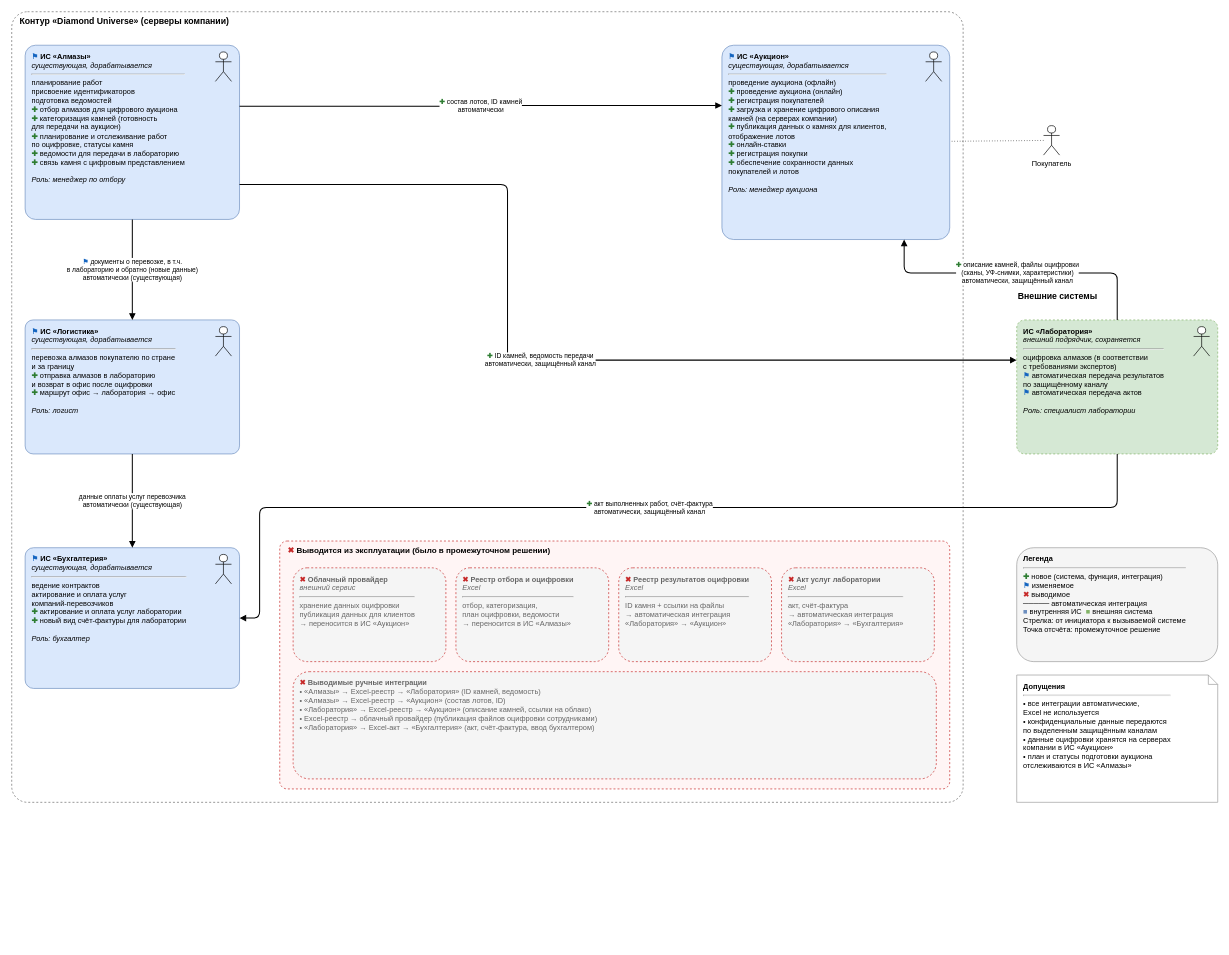
The draw.io diagram Task4/целевое-решение.drawio in AlexErmakov97/Solution-DiamondUniverse, before the edit. Source tidied: cells renumbered, new cells numbered last; positions are measured from the earlier drawing's top-left corner, leaving out a move shared by most shapes. Both pictures are drawn from the tidied source at 67%, with x=0, y=0 at pixel (11, 11).
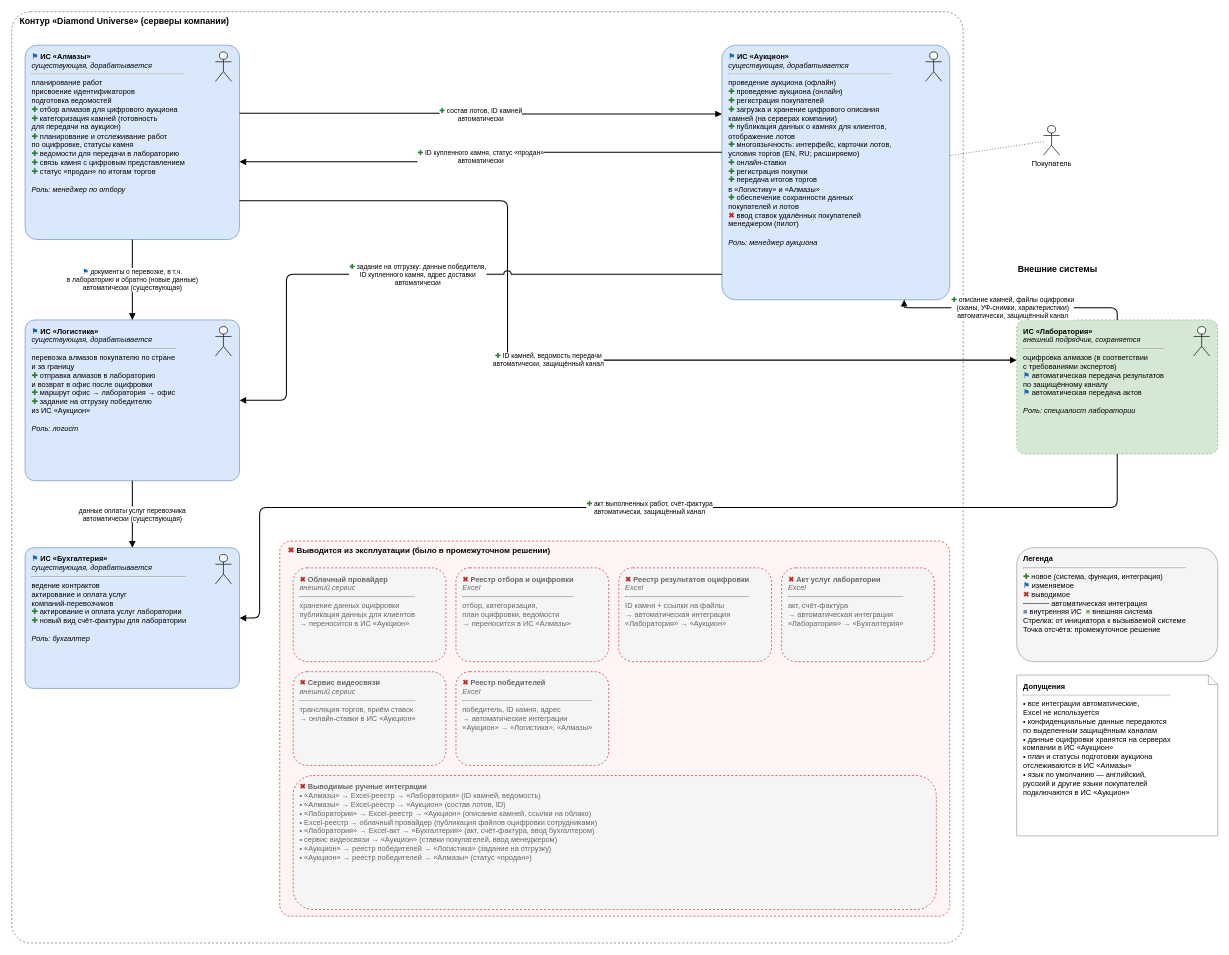
After the change.

The change refers to these unchanged cells:
```xml
<mxCell id="8" value="&lt;b&gt;ИС «Лаборатория»&lt;/b&gt;&lt;br&gt;&lt;i&gt;внешний подрядчик, сохраняется&lt;/i&gt;&lt;hr&gt;оцифровка алмазов (в соответствии&lt;br&gt;с требованиями экспертов)&lt;br&gt;&lt;font color=&quot;#1565C0&quot;&gt;&lt;b&gt;⚑&lt;/b&gt;&lt;/font&gt; автоматическая передача результатов&lt;br&gt;по защищённому каналу&lt;br&gt;&lt;font color=&quot;#1565C0&quot;&gt;&lt;b&gt;⚑&lt;/b&gt;&lt;/font&gt; автоматическая передача актов&lt;br&gt;&lt;br&gt;&lt;i&gt;Роль: специалист лаборатории&lt;/i&gt;" style="rounded=1;whiteSpace=wrap;html=1;align=left;verticalAlign=top;spacingLeft=8;spacingTop=4;spacingRight=44;fontSize=11;arcSize=6;fillColor=#d5e8d4;strokeColor=#82b366;dashed=1;" parent="1" vertex="1">
  <mxGeometry x="1500" y="460" width="300" height="200" as="geometry" />
</mxCell>
```

Change to the diagram source:
```diff
@@
     <mxCell id="2" value="&lt;b&gt;Контур «Diamond Universe» (серверы компании)&lt;/b&gt;" style="rounded=1;whiteSpace=wrap;html=1;dashed=1;fillColor=none;strokeColor=#666666;verticalAlign=top;align=left;spacingLeft=10;fontSize=13;arcSize=2;" parent="1" vertex="1">
-      <mxGeometry width="1420" height="1180" as="geometry" />
+      <mxGeometry width="1420" height="1390" as="geometry" />
     </mxCell>
     <mxCell id="3" value="&lt;b&gt;Внешние системы&lt;/b&gt;" style="text;html=1;fontSize=13;align=left;" parent="1" vertex="1">
-      <mxGeometry x="1500" y="410" width="300" height="30" as="geometry" />
+      <mxGeometry x="1500" y="370" width="300" height="30" as="geometry" />
     </mxCell>
-    <mxCell id="4" value="&lt;b&gt;&lt;font color=&quot;#1565C0&quot;&gt;&lt;b&gt;⚑&lt;/b&gt;&lt;/font&gt; ИС «Алмазы»&lt;/b&gt;&lt;br&gt;&lt;i&gt;существующая, дорабатывается&lt;/i&gt;&lt;hr&gt;планирование работ&lt;br&gt;присвоение идентификаторов&lt;br&gt;подготовка ведомостей&lt;br&gt;&lt;font color=&quot;#2E7D32&quot;&gt;&lt;b&gt;✚&lt;/b&gt;&lt;/font&gt; отбор алмазов для цифрового аукциона&lt;br&gt;&lt;font color=&quot;#2E7D32&quot;&gt;&lt;b&gt;✚&lt;/b&gt;&lt;/font&gt; категоризация камней (готовность&lt;br&gt;для передачи на аукцион)&lt;br&gt;&lt;font color=&quot;#2E7D32&quot;&gt;&lt;b&gt;✚&lt;/b&gt;&lt;/font&gt; планирование и отслеживание работ&lt;br&gt;по оцифровке, статусы камня&lt;br&gt;&lt;font color=&quot;#2E7D32&quot;&gt;&lt;b&gt;✚&lt;/b&gt;&lt;/font&gt; ведомости для передачи в лабораторию&lt;br&gt;&lt;font color=&quot;#2E7D32&quot;&gt;&lt;b&gt;✚&lt;/b&gt;&lt;/font&gt; связь камня с цифровым представлением&lt;br&gt;&lt;br&gt;&lt;i&gt;Роль: менеджер по отбору&lt;/i&gt;" style="rounded=1;whiteSpace=wrap;html=1;align=left;verticalAlign=top;spacingLeft=8;spacingTop=4;spacingRight=44;fontSize=11;arcSize=6;fillColor=#dae8fc;strokeColor=#6c8ebf;" parent="1" vertex="1">
-      <mxGeometry x="20" y="50" width="320" height="260" as="geometry" />
+    <mxCell id="4" value="&lt;b&gt;&lt;font color=&quot;#1565C0&quot;&gt;&lt;b&gt;⚑&lt;/b&gt;&lt;/font&gt; ИС «Алмазы»&lt;/b&gt;&lt;br&gt;&lt;i&gt;существующая, дорабатывается&lt;/i&gt;&lt;hr&gt;планирование работ&lt;br&gt;присвоение идентификаторов&lt;br&gt;подготовка ведомостей&lt;br&gt;&lt;font color=&quot;#2E7D32&quot;&gt;&lt;b&gt;✚&lt;/b&gt;&lt;/font&gt; отбор алмазов для цифрового аукциона&lt;br&gt;&lt;font color=&quot;#2E7D32&quot;&gt;&lt;b&gt;✚&lt;/b&gt;&lt;/font&gt; категоризация камней (готовность&lt;br&gt;для передачи на аукцион)&lt;br&gt;&lt;font color=&quot;#2E7D32&quot;&gt;&lt;b&gt;✚&lt;/b&gt;&lt;/font&gt; планирование и отслеживание работ&lt;br&gt;по оцифровке, статусы камня&lt;br&gt;&lt;font color=&quot;#2E7D32&quot;&gt;&lt;b&gt;✚&lt;/b&gt;&lt;/font&gt; ведомости для передачи в лабораторию&lt;br&gt;&lt;font color=&quot;#2E7D32&quot;&gt;&lt;b&gt;✚&lt;/b&gt;&lt;/font&gt; связь камня с цифровым представлением&lt;br&gt;&lt;font color=&quot;#2E7D32&quot;&gt;&lt;b&gt;✚&lt;/b&gt;&lt;/font&gt; статус «продан» по итогам торгов&lt;br&gt;&lt;br&gt;&lt;i&gt;Роль: менеджер по отбору&lt;/i&gt;" style="rounded=1;whiteSpace=wrap;html=1;align=left;verticalAlign=top;spacingLeft=8;spacingTop=4;spacingRight=44;fontSize=11;arcSize=6;fillColor=#dae8fc;strokeColor=#6c8ebf;" parent="1" vertex="1">
+      <mxGeometry x="20" y="50" width="320" height="290" as="geometry" />
     </mxCell>
-    <mxCell id="5" value="&lt;b&gt;&lt;font color=&quot;#1565C0&quot;&gt;&lt;b&gt;⚑&lt;/b&gt;&lt;/font&gt; ИС «Аукцион»&lt;/b&gt;&lt;br&gt;&lt;i&gt;существующая, дорабатывается&lt;/i&gt;&lt;hr&gt;проведение аукциона (офлайн)&lt;br&gt;&lt;font color=&quot;#2E7D32&quot;&gt;&lt;b&gt;✚&lt;/b&gt;&lt;/font&gt; проведение аукциона (онлайн)&lt;br&gt;&lt;font color=&quot;#2E7D32&quot;&gt;&lt;b&gt;✚&lt;/b&gt;&lt;/font&gt; регистрация покупателей&lt;br&gt;&lt;font color=&quot;#2E7D32&quot;&gt;&lt;b&gt;✚&lt;/b&gt;&lt;/font&gt; загрузка и хранение цифрового описания&lt;br&gt;камней (на серверах компании)&lt;br&gt;&lt;font color=&quot;#2E7D32&quot;&gt;&lt;b&gt;✚&lt;/b&gt;&lt;/font&gt; публикация данных о камнях для клиентов,&lt;br&gt;отображение лотов&lt;br&gt;&lt;font color=&quot;#2E7D32&quot;&gt;&lt;b&gt;✚&lt;/b&gt;&lt;/font&gt; онлайн-ставки&lt;br&gt;&lt;font color=&quot;#2E7D32&quot;&gt;&lt;b&gt;✚&lt;/b&gt;&lt;/font&gt; регистрация покупки&lt;br&gt;&lt;font color=&quot;#2E7D32&quot;&gt;&lt;b&gt;✚&lt;/b&gt;&lt;/font&gt; обеспечение сохранности данных&lt;br&gt;покупателей и лотов&lt;br&gt;&lt;br&gt;&lt;i&gt;Роль: менеджер аукциона&lt;/i&gt;" style="rounded=1;whiteSpace=wrap;html=1;align=left;verticalAlign=top;spacingLeft=8;spacingTop=4;spacingRight=44;fontSize=11;arcSize=6;fillColor=#dae8fc;strokeColor=#6c8ebf;" parent="1" vertex="1">
-      <mxGeometry x="1060" y="50" width="340" height="290" as="geometry" />
+    <mxCell id="5" value="&lt;b&gt;&lt;font color=&quot;#1565C0&quot;&gt;&lt;b&gt;⚑&lt;/b&gt;&lt;/font&gt; ИС «Аукцион»&lt;/b&gt;&lt;br&gt;&lt;i&gt;существующая, дорабатывается&lt;/i&gt;&lt;hr&gt;проведение аукциона (офлайн)&lt;br&gt;&lt;font color=&quot;#2E7D32&quot;&gt;&lt;b&gt;✚&lt;/b&gt;&lt;/font&gt; проведение аукциона (онлайн)&lt;br&gt;&lt;font color=&quot;#2E7D32&quot;&gt;&lt;b&gt;✚&lt;/b&gt;&lt;/font&gt; регистрация покупателей&lt;br&gt;&lt;font color=&quot;#2E7D32&quot;&gt;&lt;b&gt;✚&lt;/b&gt;&lt;/font&gt; загрузка и хранение цифрового описания&lt;br&gt;камней (на серверах компании)&lt;br&gt;&lt;font color=&quot;#2E7D32&quot;&gt;&lt;b&gt;✚&lt;/b&gt;&lt;/font&gt; публикация данных о камнях для клиентов,&lt;br&gt;отображение лотов&lt;br&gt;&lt;font color=&quot;#2E7D32&quot;&gt;&lt;b&gt;✚&lt;/b&gt;&lt;/font&gt; многоязычность: интерфейс, карточки лотов,&lt;br&gt;условия торгов (EN, RU; расширяемо)&lt;br&gt;&lt;font color=&quot;#2E7D32&quot;&gt;&lt;b&gt;✚&lt;/b&gt;&lt;/font&gt; онлайн-ставки&lt;br&gt;&lt;font color=&quot;#2E7D32&quot;&gt;&lt;b&gt;✚&lt;/b&gt;&lt;/font&gt; регистрация покупки&lt;br&gt;&lt;font color=&quot;#2E7D32&quot;&gt;&lt;b&gt;✚&lt;/b&gt;&lt;/font&gt; передача итогов торгов&lt;br&gt;в «Логистику» и «Алмазы»&lt;br&gt;&lt;font color=&quot;#2E7D32&quot;&gt;&lt;b&gt;✚&lt;/b&gt;&lt;/font&gt; обеспечение сохранности данных&lt;br&gt;покупателей и лотов&lt;br&gt;&lt;font color=&quot;#C62828&quot;&gt;&lt;b&gt;✖&lt;/b&gt;&lt;/font&gt; ввод ставок удалённых покупателей&lt;br&gt;менеджером (пилот)&lt;br&gt;&lt;br&gt;&lt;i&gt;Роль: менеджер аукциона&lt;/i&gt;" style="rounded=1;whiteSpace=wrap;html=1;align=left;verticalAlign=top;spacingLeft=8;spacingTop=4;spacingRight=44;fontSize=11;arcSize=6;fillColor=#dae8fc;strokeColor=#6c8ebf;" parent="1" vertex="1">
+      <mxGeometry x="1060" y="50" width="340" height="380" as="geometry" />
     </mxCell>
-    <mxCell id="6" value="&lt;b&gt;&lt;font color=&quot;#1565C0&quot;&gt;&lt;b&gt;⚑&lt;/b&gt;&lt;/font&gt; ИС «Логистика»&lt;/b&gt;&lt;br&gt;&lt;i&gt;существующая, дорабатывается&lt;/i&gt;&lt;hr&gt;перевозка алмазов покупателю по стране&lt;br&gt;и за границу&lt;br&gt;&lt;font color=&quot;#2E7D32&quot;&gt;&lt;b&gt;✚&lt;/b&gt;&lt;/font&gt; отправка алмазов в лабораторию&lt;br&gt;и возврат в офис после оцифровки&lt;br&gt;&lt;font color=&quot;#2E7D32&quot;&gt;&lt;b&gt;✚&lt;/b&gt;&lt;/font&gt; маршрут офис → лаборатория → офис&lt;br&gt;&lt;br&gt;&lt;i&gt;Роль: логист&lt;/i&gt;" style="rounded=1;whiteSpace=wrap;html=1;align=left;verticalAlign=top;spacingLeft=8;spacingTop=4;spacingRight=44;fontSize=11;arcSize=6;fillColor=#dae8fc;strokeColor=#6c8ebf;" parent="1" vertex="1">
-      <mxGeometry x="20" y="460" width="320" height="200" as="geometry" />
+    <mxCell id="6" value="&lt;b&gt;&lt;font color=&quot;#1565C0&quot;&gt;&lt;b&gt;⚑&lt;/b&gt;&lt;/font&gt; ИС «Логистика»&lt;/b&gt;&lt;br&gt;&lt;i&gt;существующая, дорабатывается&lt;/i&gt;&lt;hr&gt;перевозка алмазов покупателю по стране&lt;br&gt;и за границу&lt;br&gt;&lt;font color=&quot;#2E7D32&quot;&gt;&lt;b&gt;✚&lt;/b&gt;&lt;/font&gt; отправка алмазов в лабораторию&lt;br&gt;и возврат в офис после оцифровки&lt;br&gt;&lt;font color=&quot;#2E7D32&quot;&gt;&lt;b&gt;✚&lt;/b&gt;&lt;/font&gt; маршрут офис → лаборатория → офис&lt;br&gt;&lt;font color=&quot;#2E7D32&quot;&gt;&lt;b&gt;✚&lt;/b&gt;&lt;/font&gt; задание на отгрузку победителю&lt;br&gt;из ИС «Аукцион»&lt;br&gt;&lt;br&gt;&lt;i&gt;Роль: логист&lt;/i&gt;" style="rounded=1;whiteSpace=wrap;html=1;align=left;verticalAlign=top;spacingLeft=8;spacingTop=4;spacingRight=44;fontSize=11;arcSize=6;fillColor=#dae8fc;strokeColor=#6c8ebf;" parent="1" vertex="1">
+      <mxGeometry x="20" y="460" width="320" height="240" as="geometry" />
     </mxCell>
@@
     <mxCell id="16" value="&lt;b&gt;&lt;font color=&quot;#C62828&quot;&gt;&lt;b&gt;✖&lt;/b&gt;&lt;/font&gt; Выводится из эксплуатации (было в промежуточном решении)&lt;/b&gt;" style="rounded=1;whiteSpace=wrap;html=1;dashed=1;fillColor=#fff5f5;strokeColor=#C62828;verticalAlign=top;align=left;spacingLeft=10;fontSize=12;arcSize=3;" parent="1" vertex="1">
-      <mxGeometry x="400" y="790" width="1000" height="370" as="geometry" />
+      <mxGeometry x="400" y="790" width="1000" height="560" as="geometry" />
     </mxCell>
@@
-    <mxCell id="21" value="&lt;b&gt;&lt;font color=&quot;#C62828&quot;&gt;&lt;b&gt;✖&lt;/b&gt;&lt;/font&gt; Выводимые ручные интеграции&lt;/b&gt;&lt;br&gt;• «Алмазы» → Excel-реестр → «Лаборатория» (ID камней, ведомость)&lt;br&gt;• «Алмазы» → Excel-реестр → «Аукцион» (состав лотов, ID)&lt;br&gt;• «Лаборатория» → Excel-реестр → «Аукцион» (описание камней, ссылки на облако)&lt;br&gt;• Excel-реестр → облачный провайдер (публикация файлов оцифровки сотрудниками)&lt;br&gt;• «Лаборатория» → Excel-акт → «Бухгалтерия» (акт, счёт-фактура, ввод бухгалтером)" style="rounded=1;whiteSpace=wrap;html=1;align=left;verticalAlign=top;spacingLeft=8;spacingTop=4;fontSize=11;fillColor=#f5f5f5;strokeColor=#C62828;dashed=1;fontColor=#666666;" parent="1" vertex="1">
-      <mxGeometry x="420" y="985" width="960" height="160" as="geometry" />
+    <mxCell id="21" value="&lt;b&gt;&lt;font color=&quot;#C62828&quot;&gt;&lt;b&gt;✖&lt;/b&gt;&lt;/font&gt; Выводимые ручные интеграции&lt;/b&gt;&lt;br&gt;• «Алмазы» → Excel-реестр → «Лаборатория» (ID камней, ведомость)&lt;br&gt;• «Алмазы» → Excel-реестр → «Аукцион» (состав лотов, ID)&lt;br&gt;• «Лаборатория» → Excel-реестр → «Аукцион» (описание камней, ссылки на облако)&lt;br&gt;• Excel-реестр → облачный провайдер (публикация файлов оцифровки сотрудниками)&lt;br&gt;• «Лаборатория» → Excel-акт → «Бухгалтерия» (акт, счёт-фактура, ввод бухгалтером)&lt;br&gt;• сервис видеосвязи → «Аукцион» (ставки покупателей, ввод менеджером)&lt;br&gt;• «Аукцион» → реестр победителей → «Логистика» (задание на отгрузку)&lt;br&gt;• «Аукцион» → реестр победителей → «Алмазы» (статус «продан»)" style="rounded=1;whiteSpace=wrap;html=1;align=left;verticalAlign=top;spacingLeft=8;spacingTop=4;fontSize=11;fillColor=#f5f5f5;strokeColor=#C62828;dashed=1;fontColor=#666666;" parent="1" vertex="1">
+      <mxGeometry x="420" y="1140" width="960" height="200" as="geometry" />
     </mxCell>
-    <mxCell id="22" value="&lt;font color=&quot;#2E7D32&quot;&gt;&lt;b&gt;✚&lt;/b&gt;&lt;/font&gt; состав лотов, ID камней&lt;br&gt;автоматически" style="edgeStyle=orthogonalEdgeStyle;rounded=1;html=1;endArrow=block;endFill=1;strokeWidth=1.5;fontSize=10;labelBackgroundColor=#ffffff;jumpStyle=arc;jumpSize=10;exitX=1;exitY=0.35;exitDx=0;exitDy=0;entryX=0;entryY=0.31;entryDx=0;entryDy=0;" parent="1" edge="1" source="4" target="5">
+    <mxCell id="22" value="&lt;font color=&quot;#2E7D32&quot;&gt;&lt;b&gt;✚&lt;/b&gt;&lt;/font&gt; состав лотов, ID камней&lt;br&gt;автоматически" style="edgeStyle=orthogonalEdgeStyle;rounded=1;html=1;endArrow=block;endFill=1;strokeWidth=1.5;fontSize=10;labelBackgroundColor=#ffffff;jumpStyle=arc;jumpSize=10;exitX=1;exitY=0.35;exitDx=0;exitDy=0;entryX=0;entryY=0.27;entryDx=0;entryDy=0;" parent="1" edge="1" source="4" target="5">
       <mxGeometry relative="1" as="geometry" />
     </mxCell>
     <mxCell id="23" value="&lt;font color=&quot;#2E7D32&quot;&gt;&lt;b&gt;✚&lt;/b&gt;&lt;/font&gt; ID камней, ведомость передачи&lt;br&gt;автоматически, защищённый канал" style="edgeStyle=orthogonalEdgeStyle;rounded=1;html=1;endArrow=block;endFill=1;strokeWidth=1.5;fontSize=10;labelBackgroundColor=#ffffff;jumpStyle=arc;jumpSize=10;exitX=1;exitY=0.8;exitDx=0;exitDy=0;entryX=0;entryY=0.3;entryDx=0;entryDy=0;" parent="1" edge="1" source="4" target="8">
       <mxGeometry relative="1" as="geometry">
         <Array as="points">
-          <mxPoint x="740" y="258" />
+          <mxPoint x="740" y="282" />
           <mxPoint x="740" y="520" />
         </Array>
       </mxGeometry>
     </mxCell>
     <mxCell id="24" value="&lt;font color=&quot;#2E7D32&quot;&gt;&lt;b&gt;✚&lt;/b&gt;&lt;/font&gt; описание камней, файлы оцифровки&lt;br&gt;(сканы, УФ-снимки, характеристики)&lt;br&gt;автоматически, защищённый канал" style="edgeStyle=orthogonalEdgeStyle;rounded=1;html=1;endArrow=block;endFill=1;strokeWidth=1.5;fontSize=10;labelBackgroundColor=#ffffff;jumpStyle=arc;jumpSize=10;exitX=0.5;exitY=0;exitDx=0;exitDy=0;entryX=0.8;entryY=1;entryDx=0;entryDy=0;" parent="1" edge="1" source="8" target="5">
       <mxGeometry relative="1" as="geometry">
         <Array as="points">
-          <mxPoint x="1650" y="390" />
-          <mxPoint x="1332" y="390" />
+          <mxPoint x="1650" y="442" />
+          <mxPoint x="1332" y="442" />
         </Array>
       </mxGeometry>
     </mxCell>
@@
-    <mxCell id="29" value="&lt;b&gt;Допущения&lt;/b&gt;&lt;hr&gt;• все интеграции автоматические,&lt;br&gt;Excel не используется&lt;br&gt;• конфиденциальные данные передаются&lt;br&gt;по выделенным защищённым каналам&lt;br&gt;• данные оцифровки хранятся на серверах&lt;br&gt;компании в ИС «Аукцион»&lt;br&gt;• план и статусы подготовки аукциона&lt;br&gt;отслеживаются в ИС «Алмазы»" style="shape=note;size=14;whiteSpace=wrap;html=1;align=left;verticalAlign=top;spacingLeft=8;spacingTop=4;fontSize=11;fillColor=#ffffff;strokeColor=#999999;" parent="1" vertex="1">
-      <mxGeometry x="1500" y="990" width="300" height="190" as="geometry" />
+    <mxCell id="29" value="&lt;b&gt;Допущения&lt;/b&gt;&lt;hr&gt;• все интеграции автоматические,&lt;br&gt;Excel не используется&lt;br&gt;• конфиденциальные данные передаются&lt;br&gt;по выделенным защищённым каналам&lt;br&gt;• данные оцифровки хранятся на серверах&lt;br&gt;компании в ИС «Аукцион»&lt;br&gt;• план и статусы подготовки аукциона&lt;br&gt;отслеживаются в ИС «Алмазы»&lt;br&gt;• язык по умолчанию — английский,&lt;br&gt;русский и другие языки покупателей&lt;br&gt;подключаются в ИС «Аукцион»" style="shape=note;size=14;whiteSpace=wrap;html=1;align=left;verticalAlign=top;spacingLeft=8;spacingTop=4;fontSize=11;fillColor=#ffffff;strokeColor=#999999;" parent="1" vertex="1">
+      <mxGeometry x="1500" y="990" width="300" height="240" as="geometry" />
     </mxCell>
+    <mxCell id="30" value="&lt;font color=&quot;#2E7D32&quot;&gt;&lt;b&gt;✚&lt;/b&gt;&lt;/font&gt; ID купленного камня, статус «продан»&lt;br&gt;автоматически" style="edgeStyle=orthogonalEdgeStyle;rounded=1;html=1;endArrow=block;endFill=1;strokeWidth=1.5;fontSize=10;labelBackgroundColor=#ffffff;jumpStyle=arc;jumpSize=10;exitX=0;exitY=0.42;exitDx=0;exitDy=0;entryX=1;entryY=0.6;entryDx=0;entryDy=0;" parent="1" edge="1" source="5" target="4">
+      <mxGeometry relative="1" as="geometry" />
+    </mxCell>
+    <mxCell id="31" value="&lt;font color=&quot;#2E7D32&quot;&gt;&lt;b&gt;✚&lt;/b&gt;&lt;/font&gt; задание на отгрузку: данные победителя,&lt;br&gt;ID купленного камня, адрес доставки&lt;br&gt;автоматически" style="edgeStyle=orthogonalEdgeStyle;rounded=1;html=1;endArrow=block;endFill=1;strokeWidth=1.5;fontSize=10;labelBackgroundColor=#ffffff;jumpStyle=arc;jumpSize=10;exitX=0;exitY=0.9;exitDx=0;exitDy=0;entryX=1;entryY=0.5;entryDx=0;entryDy=0;" parent="1" edge="1" source="5" target="6">
+      <mxGeometry relative="1" as="geometry">
+        <Array as="points">
+          <mxPoint x="410" y="392" />
+          <mxPoint x="410" y="580" />
+        </Array>
+      </mxGeometry>
+    </mxCell>
+    <mxCell id="32" value="&lt;b&gt;&lt;font color=&quot;#C62828&quot;&gt;&lt;b&gt;✖&lt;/b&gt;&lt;/font&gt; Сервис видеосвязи&lt;/b&gt;&lt;br&gt;&lt;i&gt;внешний сервис&lt;/i&gt;&lt;hr&gt;трансляция торгов, приём ставок&lt;br&gt;→ онлайн-ставки в ИС «Аукцион»" style="rounded=1;whiteSpace=wrap;html=1;align=left;verticalAlign=top;spacingLeft=8;spacingTop=4;spacingRight=8;fontSize=11;fillColor=#f5f5f5;strokeColor=#C62828;dashed=1;fontColor=#666666;" parent="1" vertex="1">
+      <mxGeometry x="420" y="985" width="228" height="140" as="geometry" />
+    </mxCell>
+    <mxCell id="33" value="&lt;b&gt;&lt;font color=&quot;#C62828&quot;&gt;&lt;b&gt;✖&lt;/b&gt;&lt;/font&gt; Реестр победителей&lt;/b&gt;&lt;br&gt;&lt;i&gt;Excel&lt;/i&gt;&lt;hr&gt;победитель, ID камня, адрес&lt;br&gt;→ автоматические интеграции&lt;br&gt;«Аукцион» → «Логистика», «Алмазы»" style="rounded=1;whiteSpace=wrap;html=1;align=left;verticalAlign=top;spacingLeft=8;spacingTop=4;spacingRight=8;fontSize=11;fillColor=#f5f5f5;strokeColor=#C62828;dashed=1;fontColor=#666666;" parent="1" vertex="1">
+      <mxGeometry x="663" y="985" width="228" height="140" as="geometry" />
+    </mxCell>
```
